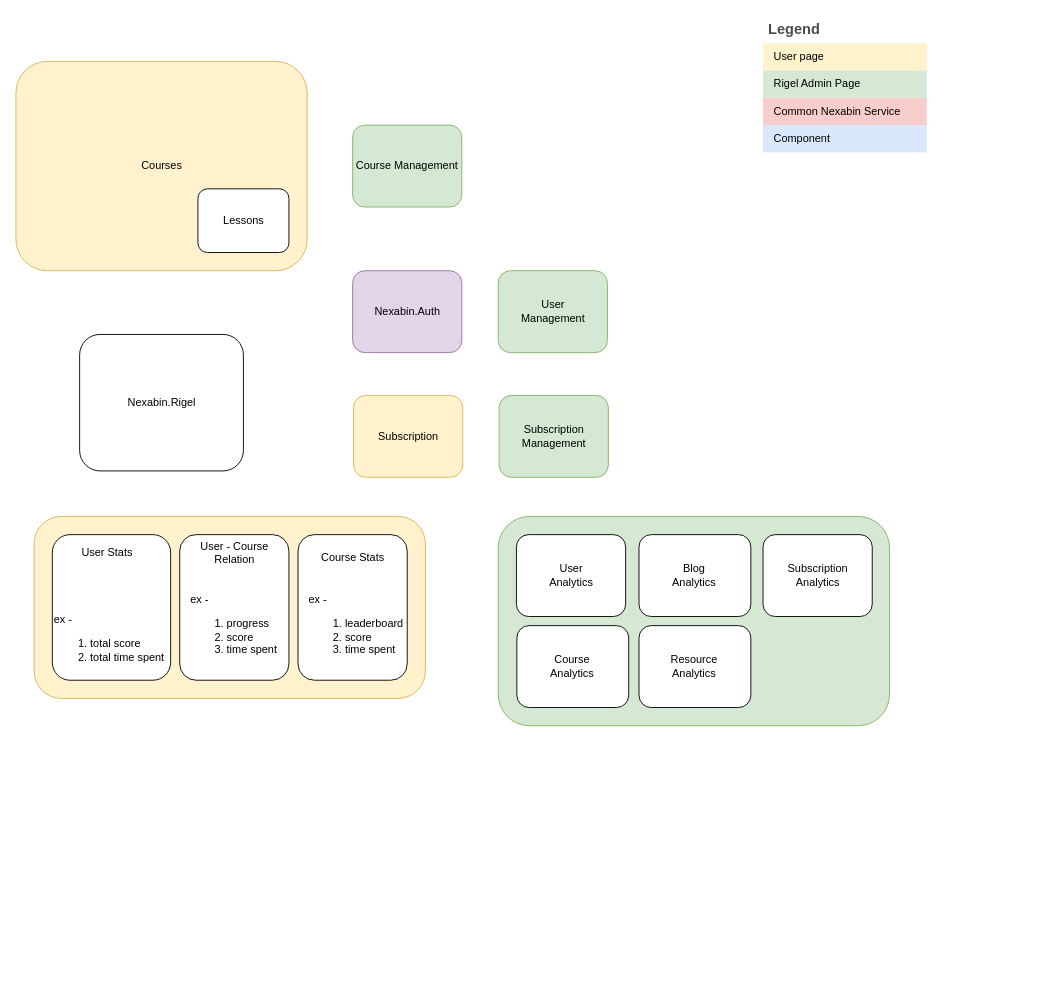
Earlier version of the draw.io diagram page "Rigel-Features" (1 of 3) of projects/Learning.drawio (Jablu/diagrams). Source tidied: cells renumbered, new cells numbered last; positions are measured from the earlier drawing's top-left corner, leaving out a move shared by most shapes. Both pictures are drawn from the tidied source at 91%, with x=0, y=0 at pixel (15, 15).
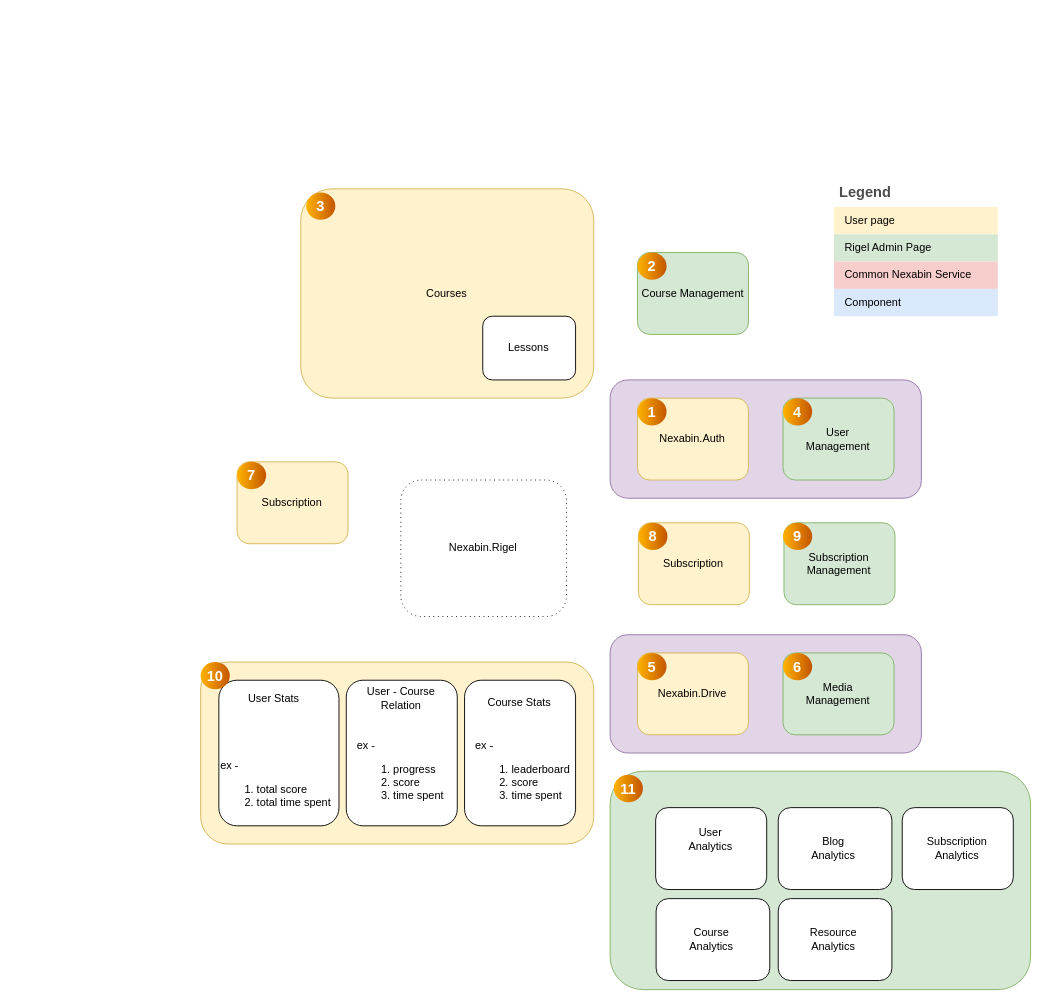
The same diagram, later.

Commit message:
dev stages

Change to the diagram source:
```diff
@@
+    <mxCell id="24" style="rounded=1;whiteSpace=wrap;html=1;fillColor=#d5e8d4;strokeColor=#82b366;" parent="1" vertex="1">
+      <mxGeometry x="653" y="830" width="462" height="240" as="geometry" />
+    </mxCell>
+    <mxCell id="62" style="rounded=1;whiteSpace=wrap;html=1;fillColor=#e1d5e7;strokeColor=#9673a6;" parent="1" vertex="1">
+      <mxGeometry x="653" y="680" width="342" height="130" as="geometry" />
+    </mxCell>
+    <mxCell id="63" style="rounded=1;whiteSpace=wrap;html=1;fillColor=#e1d5e7;strokeColor=#9673a6;" parent="1" vertex="1">
+      <mxGeometry x="653" y="400" width="342" height="130" as="geometry" />
+    </mxCell>
     <mxCell id="2" style="rounded=1;whiteSpace=wrap;html=1;fillColor=#fff2cc;strokeColor=#d6b656;" parent="1" vertex="1">
-      <mxGeometry y="50" width="320" height="230" as="geometry" />
+      <mxGeometry x="313" y="190" width="322" height="230" as="geometry" />
     </mxCell>
-    <mxCell id="3" style="rounded=1;whiteSpace=wrap;html=1;" parent="1" vertex="1">
-      <mxGeometry x="70" y="350" width="180" height="150" as="geometry" />
+    <mxCell id="3" style="rounded=1;whiteSpace=wrap;html=1;dashed=1;dashPattern=1 4;" parent="1" vertex="1">
+      <mxGeometry x="423" y="510" width="182" height="150" as="geometry" />
     </mxCell>
     <mxCell id="4" value="Nexabin.Rigel" style="text;html=1;align=center;verticalAlign=middle;strokeColor=none;fillColor=none;" parent="1" vertex="1">
-      <mxGeometry x="110" y="410" width="100" height="30" as="geometry" />
+      <mxGeometry x="463" y="570" width="100" height="30" as="geometry" />
     </mxCell>
-    <mxCell id="5" style="group;" parent="1" vertex="1">
-      <mxGeometry x="370" y="280" width="120" height="90" as="geometry" />
-    </mxCell>
-    <mxCell id="6" style="rounded=1;whiteSpace=wrap;html=1;fillColor=#e1d5e7;strokeColor=#9673a6;" parent="5" vertex="1">
-      <mxGeometry width="120" height="90" as="geometry" />
-    </mxCell>
-    <mxCell id="7" value="Nexabin.Auth" style="text;html=1;align=center;verticalAlign=middle;strokeColor=none;fillColor=none;" parent="5" vertex="1">
-      <mxGeometry x="10" y="30" width="100" height="30" as="geometry" />
-    </mxCell>
     <mxCell id="8" style="group;" parent="1" vertex="1">
-      <mxGeometry x="200" y="190" width="100" height="70" as="geometry" />
+      <mxGeometry x="513" y="330" width="102" height="70" as="geometry" />
     </mxCell>
     <mxCell id="9" style="rounded=1;whiteSpace=wrap;html=1;" parent="8" vertex="1">
-      <mxGeometry width="100" height="70" as="geometry" />
+      <mxGeometry width="102" height="70" as="geometry" />
     </mxCell>
@@
     <mxCell id="11" value="Courses" style="text;html=1;align=center;verticalAlign=middle;strokeColor=none;fillColor=none;" parent="1" vertex="1">
-      <mxGeometry x="125" y="150" width="70" height="30" as="geometry" />
+      <mxGeometry x="438" y="290" width="70" height="30" as="geometry" />
     </mxCell>
     <mxCell id="12" style="group;" parent="1" vertex="1">
-      <mxGeometry x="371" y="417" width="120" height="90" as="geometry" />
+      <mxGeometry x="684" y="557" width="122" height="90" as="geometry" />
     </mxCell>
     <mxCell id="13" style="rounded=1;whiteSpace=wrap;html=1;fillColor=#fff2cc;strokeColor=#d6b656;" parent="12" vertex="1">
-      <mxGeometry width="120" height="90" as="geometry" />
+      <mxGeometry width="122" height="90" as="geometry" />
     </mxCell>
@@
+    <mxCell id="64" value="8" style="ellipse;whiteSpace=wrap;html=1;rotation=0;gradientColor=#C35500;strokeColor=none;gradientDirection=east;fillColor=#FFB300;rounded=0;fontFamily=Helvetica;fontSize=16;fontColor=#FFFFFF;spacingTop=4;spacingBottom=4;spacingLeft=4;spacingRight=4;fontStyle=1;" parent="12" vertex="1">
+      <mxGeometry width="32" height="30" as="geometry" />
+    </mxCell>
     <mxCell id="15" style="group;" parent="1" vertex="1">
-      <mxGeometry x="531" y="417" width="120" height="90" as="geometry" />
+      <mxGeometry x="844" y="557" width="122" height="90" as="geometry" />
     </mxCell>
     <mxCell id="16" style="rounded=1;whiteSpace=wrap;html=1;fillColor=#d5e8d4;strokeColor=#82b366;" parent="15" vertex="1">
-      <mxGeometry width="120" height="90" as="geometry" />
+      <mxGeometry width="122" height="90" as="geometry" />
     </mxCell>
@@
+    <mxCell id="65" value="9" style="ellipse;whiteSpace=wrap;html=1;rotation=0;gradientColor=#C35500;strokeColor=none;gradientDirection=east;fillColor=#FFB300;rounded=0;fontFamily=Helvetica;fontSize=16;fontColor=#FFFFFF;spacingTop=4;spacingBottom=4;spacingLeft=4;spacingRight=4;fontStyle=1;" parent="15" vertex="1">
+      <mxGeometry x="-1" width="32" height="30" as="geometry" />
+    </mxCell>
     <mxCell id="18" style="group;" parent="1" vertex="1">
-      <mxGeometry x="530" y="280" width="120" height="90" as="geometry" />
+      <mxGeometry x="843" y="420" width="122" height="90" as="geometry" />
     </mxCell>
     <mxCell id="19" style="rounded=1;whiteSpace=wrap;html=1;fillColor=#d5e8d4;strokeColor=#82b366;" parent="18" vertex="1">
-      <mxGeometry width="120" height="90" as="geometry" />
+      <mxGeometry width="122" height="90" as="geometry" />
     </mxCell>
@@
+    <mxCell id="66" value="4" style="ellipse;whiteSpace=wrap;html=1;rotation=0;gradientColor=#C35500;strokeColor=none;gradientDirection=east;fillColor=#FFB300;rounded=0;fontFamily=Helvetica;fontSize=16;fontColor=#FFFFFF;spacingTop=4;spacingBottom=4;spacingLeft=4;spacingRight=4;fontStyle=1;" parent="18" vertex="1">
+      <mxGeometry width="32" height="30" as="geometry" />
+    </mxCell>
     <mxCell id="21" style="group;" parent="1" vertex="1">
-      <mxGeometry x="370" y="120" width="120" height="90" as="geometry" />
+      <mxGeometry x="683" y="260" width="122" height="90" as="geometry" />
     </mxCell>
     <mxCell id="22" value="Course Management" style="rounded=1;whiteSpace=wrap;html=1;fillColor=#d5e8d4;strokeColor=#82b366;" parent="21" vertex="1">
-      <mxGeometry width="120" height="90" as="geometry" />
+      <mxGeometry width="122" height="90" as="geometry" />
     </mxCell>
-    <mxCell id="23" style="group;" parent="1" vertex="1">
-      <mxGeometry x="530" y="550" width="430" height="230" as="geometry" />
-    </mxCell>
-    <mxCell id="24" style="rounded=1;whiteSpace=wrap;html=1;fillColor=#d5e8d4;strokeColor=#82b366;" parent="23" vertex="1">
-      <mxGeometry width="430" height="230" as="geometry" />
-    </mxCell>
-    <mxCell id="25" style="group;" parent="23" vertex="1">
-      <mxGeometry x="20.5" y="120" width="122.9" height="90" as="geometry" />
-    </mxCell>
-    <mxCell id="26" style="rounded=1;whiteSpace=wrap;html=1;" parent="25" vertex="1">
-      <mxGeometry width="122.9" height="90" as="geometry" />
-    </mxCell>
-    <mxCell id="27" value="Course&lt;div&gt;Analytics&lt;/div&gt;" style="text;html=1;align=center;verticalAlign=middle;strokeColor=none;fillColor=none;" parent="25" vertex="1">
-      <mxGeometry x="25.6" y="25" width="70" height="40" as="geometry" />
-    </mxCell>
-    <mxCell id="28" style="group;" parent="23" vertex="1">
-      <mxGeometry x="154.7" y="20" width="122.9" height="90" as="geometry" />
-    </mxCell>
-    <mxCell id="29" style="rounded=1;whiteSpace=wrap;html=1;" parent="28" vertex="1">
-      <mxGeometry width="122.9" height="90" as="geometry" />
-    </mxCell>
-    <mxCell id="30" value="Blog&lt;br&gt;&lt;div&gt;Analytics&lt;/div&gt;" style="text;html=1;align=center;verticalAlign=middle;strokeColor=none;fillColor=none;" parent="28" vertex="1">
-      <mxGeometry x="25.6" y="25" width="70" height="40" as="geometry" />
-    </mxCell>
-    <mxCell id="31" style="group;" parent="23" vertex="1">
-      <mxGeometry x="154.7" y="120" width="122.9" height="90" as="geometry" />
-    </mxCell>
-    <mxCell id="32" style="rounded=1;whiteSpace=wrap;html=1;" parent="31" vertex="1">
-      <mxGeometry width="122.9" height="90" as="geometry" />
-    </mxCell>
-    <mxCell id="33" value="Resource&lt;br&gt;&lt;div&gt;Analytics&lt;/div&gt;" style="text;html=1;align=center;verticalAlign=middle;strokeColor=none;fillColor=none;" parent="31" vertex="1">
-      <mxGeometry x="25.6" y="25" width="70" height="40" as="geometry" />
-    </mxCell>
-    <mxCell id="34" style="group;" parent="1" vertex="1">
-      <mxGeometry x="550" y="570" width="120" height="90" as="geometry" />
-    </mxCell>
-    <mxCell id="35" style="rounded=1;whiteSpace=wrap;html=1;" parent="34" vertex="1">
-      <mxGeometry width="120" height="90" as="geometry" />
-    </mxCell>
-    <mxCell id="36" value="User&lt;div&gt;Analytics&lt;/div&gt;" style="text;html=1;align=center;verticalAlign=middle;strokeColor=none;fillColor=none;" parent="34" vertex="1">
-      <mxGeometry x="25" y="25" width="70" height="40" as="geometry" />
-    </mxCell>
-    <mxCell id="37" style="group;" parent="1" vertex="1">
-      <mxGeometry x="821" y="570" width="120" height="90" as="geometry" />
-    </mxCell>
-    <mxCell id="38" style="rounded=1;whiteSpace=wrap;html=1;" parent="37" vertex="1">
-      <mxGeometry width="120" height="90" as="geometry" />
-    </mxCell>
-    <mxCell id="39" value="Subscription&lt;br&gt;&lt;div&gt;Analytics&lt;/div&gt;" style="text;html=1;align=center;verticalAlign=middle;strokeColor=none;fillColor=none;" parent="37" vertex="1">
-      <mxGeometry x="15" y="25" width="90" height="40" as="geometry" />
-    </mxCell>
+    <mxCell id="67" value="2" style="ellipse;whiteSpace=wrap;html=1;rotation=0;gradientColor=#C35500;strokeColor=none;gradientDirection=east;fillColor=#FFB300;rounded=0;fontFamily=Helvetica;fontSize=16;fontColor=#FFFFFF;spacingTop=4;spacingBottom=4;spacingLeft=4;spacingRight=4;fontStyle=1;" parent="21" vertex="1">
+      <mxGeometry width="32" height="30" as="geometry" />
+    </mxCell>
     <mxCell id="40" value="Legend" style="shape=table;startSize=30;childLayout=tableLayout;fontSize=16;align=left;verticalAlign=top;fillColor=none;strokeColor=none;fontColor=#4D4D4D;fontStyle=1;spacingLeft=6;spacing=0;" parent="1" vertex="1">
-      <mxGeometry x="821" width="180" height="150" as="geometry" />
+      <mxGeometry x="899" y="180" width="180" height="150" as="geometry" />
     </mxCell>
@@
     <mxCell id="49" style="rounded=1;whiteSpace=wrap;html=1;fillColor=#fff2cc;strokeColor=#d6b656;" parent="1" vertex="1">
-      <mxGeometry x="20" y="550" width="430" height="200" as="geometry" />
+      <mxGeometry x="203" y="710" width="432" height="200" as="geometry" />
     </mxCell>
     <mxCell id="50" style="group;" parent="1" vertex="1">
-      <mxGeometry x="180" y="570" width="130" height="160" as="geometry" />
+      <mxGeometry x="363" y="730" width="132" height="160" as="geometry" />
     </mxCell>
     <mxCell id="51" style="rounded=1;whiteSpace=wrap;html=1;" parent="50" vertex="1">
-      <mxGeometry width="120" height="160" as="geometry" />
+      <mxGeometry width="122" height="160" as="geometry" />
     </mxCell>
@@
     <mxCell id="54" style="group;" parent="1" vertex="1">
-      <mxGeometry x="310" y="570" width="140" height="160" as="geometry" />
+      <mxGeometry x="493" y="730" width="142" height="160" as="geometry" />
     </mxCell>
     <mxCell id="55" style="rounded=1;whiteSpace=wrap;html=1;" parent="54" vertex="1">
-      <mxGeometry width="120" height="160" as="geometry" />
+      <mxGeometry width="122" height="160" as="geometry" />
     </mxCell>
@@
     <mxCell id="58" style="group;" parent="1" vertex="1">
-      <mxGeometry x="40" y="570" width="150" height="160" as="geometry" />
+      <mxGeometry x="223" y="730" width="152" height="160" as="geometry" />
     </mxCell>
     <mxCell id="59" style="rounded=1;whiteSpace=wrap;html=1;" parent="58" vertex="1">
-      <mxGeometry width="130" height="160" as="geometry" />
+      <mxGeometry width="132" height="160" as="geometry" />
     </mxCell>
@@
+    <mxCell id="68" style="group;" parent="1" vertex="1">
+      <mxGeometry x="683" y="700" width="122" height="90" as="geometry" />
+    </mxCell>
+    <mxCell id="69" style="rounded=1;whiteSpace=wrap;html=1;fillColor=#fff2cc;strokeColor=#d6b656;" parent="68" vertex="1">
+      <mxGeometry width="122" height="90" as="geometry" />
+    </mxCell>
+    <mxCell id="70" value="Nexabin.Drive" style="text;html=1;align=center;verticalAlign=middle;strokeColor=none;fillColor=none;" parent="68" vertex="1">
+      <mxGeometry x="10" y="30" width="100" height="30" as="geometry" />
+    </mxCell>
+    <mxCell id="71" value="5" style="ellipse;whiteSpace=wrap;html=1;rotation=0;gradientColor=#C35500;strokeColor=none;gradientDirection=east;fillColor=#FFB300;rounded=0;fontFamily=Helvetica;fontSize=16;fontColor=#FFFFFF;spacingTop=4;spacingBottom=4;spacingLeft=4;spacingRight=4;fontStyle=1;" parent="68" vertex="1">
+      <mxGeometry width="32" height="30" as="geometry" />
+    </mxCell>
+    <mxCell id="72" style="group;" parent="1" vertex="1">
+      <mxGeometry x="843" y="700" width="122" height="90" as="geometry" />
+    </mxCell>
+    <mxCell id="73" style="rounded=1;whiteSpace=wrap;html=1;fillColor=#d5e8d4;strokeColor=#82b366;" parent="72" vertex="1">
+      <mxGeometry width="122" height="90" as="geometry" />
+    </mxCell>
+    <mxCell id="74" value="Media&lt;div&gt;Management&lt;/div&gt;" style="text;html=1;align=center;verticalAlign=middle;strokeColor=none;fillColor=none;" parent="72" vertex="1">
+      <mxGeometry x="15" y="25" width="90" height="40" as="geometry" />
+    </mxCell>
+    <mxCell id="75" value="6" style="ellipse;whiteSpace=wrap;html=1;rotation=0;gradientColor=#C35500;strokeColor=none;gradientDirection=east;fillColor=#FFB300;rounded=0;fontFamily=Helvetica;fontSize=16;fontColor=#FFFFFF;spacingTop=4;spacingBottom=4;spacingLeft=4;spacingRight=4;fontStyle=1;" parent="72" vertex="1">
+      <mxGeometry width="32" height="30" as="geometry" />
+    </mxCell>
+    <mxCell id="6" style="rounded=1;whiteSpace=wrap;html=1;fillColor=#fff2cc;strokeColor=#d6b656;" parent="1" vertex="1">
+      <mxGeometry x="683" y="420" width="122" height="90" as="geometry" />
+    </mxCell>
+    <mxCell id="7" value="Nexabin.Auth" style="text;html=1;align=center;verticalAlign=middle;strokeColor=none;fillColor=none;" parent="1" vertex="1">
+      <mxGeometry x="693" y="450" width="100" height="30" as="geometry" />
+    </mxCell>
+    <mxCell id="76" value="1" style="ellipse;whiteSpace=wrap;html=1;rotation=0;gradientColor=#C35500;strokeColor=none;gradientDirection=east;fillColor=#FFB300;rounded=0;fontFamily=Helvetica;fontSize=16;fontColor=#FFFFFF;spacingTop=4;spacingBottom=4;spacingLeft=4;spacingRight=4;fontStyle=1;" parent="1" vertex="1">
+      <mxGeometry x="683" y="420" width="32" height="30" as="geometry" />
+    </mxCell>
+    <mxCell id="77" value="3" style="ellipse;whiteSpace=wrap;html=1;rotation=0;gradientColor=#C35500;strokeColor=none;gradientDirection=east;fillColor=#FFB300;rounded=0;fontFamily=Helvetica;fontSize=16;fontColor=#FFFFFF;spacingTop=4;spacingBottom=4;spacingLeft=4;spacingRight=4;fontStyle=1;" parent="1" vertex="1">
+      <mxGeometry x="319" y="194" width="32" height="30" as="geometry" />
+    </mxCell>
+    <mxCell id="78" value="11" style="ellipse;whiteSpace=wrap;html=1;rotation=0;gradientColor=#C35500;strokeColor=none;gradientDirection=east;fillColor=#FFB300;rounded=0;fontFamily=Helvetica;fontSize=16;fontColor=#FFFFFF;spacingTop=4;spacingBottom=4;spacingLeft=4;spacingRight=4;fontStyle=1;" parent="1" vertex="1">
+      <mxGeometry x="657" y="834" width="32" height="30" as="geometry" />
+    </mxCell>
+    <mxCell id="38" style="rounded=1;whiteSpace=wrap;html=1;" parent="1" vertex="1">
+      <mxGeometry x="974" y="870" width="122" height="90" as="geometry" />
+    </mxCell>
+    <mxCell id="39" value="Subscription&lt;br&gt;&lt;div&gt;Analytics&lt;/div&gt;" style="text;html=1;align=center;verticalAlign=middle;strokeColor=none;fillColor=none;" parent="1" vertex="1">
+      <mxGeometry x="989" y="895" width="90" height="40" as="geometry" />
+    </mxCell>
+    <mxCell id="35" style="rounded=1;whiteSpace=wrap;html=1;" parent="1" vertex="1">
+      <mxGeometry x="703" y="870" width="122" height="90" as="geometry" />
+    </mxCell>
+    <mxCell id="36" value="User&lt;div&gt;Analytics&lt;/div&gt;" style="text;html=1;align=center;verticalAlign=middle;strokeColor=none;fillColor=none;" parent="1" vertex="1">
+      <mxGeometry x="728" y="885" width="70" height="40" as="geometry" />
+    </mxCell>
+    <mxCell id="25" style="group;" parent="1" vertex="1">
+      <mxGeometry x="703.5" y="970" width="124.9" height="90" as="geometry" />
+    </mxCell>
+    <mxCell id="26" style="rounded=1;whiteSpace=wrap;html=1;" parent="25" vertex="1">
+      <mxGeometry width="124.9" height="90" as="geometry" />
+    </mxCell>
+    <mxCell id="27" value="Course&lt;div&gt;Analytics&lt;/div&gt;" style="text;html=1;align=center;verticalAlign=middle;strokeColor=none;fillColor=none;" parent="25" vertex="1">
+      <mxGeometry x="25.6" y="25" width="70" height="40" as="geometry" />
+    </mxCell>
+    <mxCell id="28" style="group;" parent="1" vertex="1">
+      <mxGeometry x="837.7" y="870" width="124.9" height="90" as="geometry" />
+    </mxCell>
+    <mxCell id="29" style="rounded=1;whiteSpace=wrap;html=1;" parent="28" vertex="1">
+      <mxGeometry width="124.9" height="90" as="geometry" />
+    </mxCell>
+    <mxCell id="30" value="Blog&lt;br&gt;&lt;div&gt;Analytics&lt;/div&gt;" style="text;html=1;align=center;verticalAlign=middle;strokeColor=none;fillColor=none;" parent="28" vertex="1">
+      <mxGeometry x="25.6" y="25" width="70" height="40" as="geometry" />
+    </mxCell>
+    <mxCell id="31" style="group;" parent="1" vertex="1">
+      <mxGeometry x="837.7" y="970" width="124.9" height="90" as="geometry" />
+    </mxCell>
+    <mxCell id="32" style="rounded=1;whiteSpace=wrap;html=1;" parent="31" vertex="1">
+      <mxGeometry width="124.9" height="90" as="geometry" />
+    </mxCell>
+    <mxCell id="33" value="Resource&lt;br&gt;&lt;div&gt;Analytics&lt;/div&gt;" style="text;html=1;align=center;verticalAlign=middle;strokeColor=none;fillColor=none;" parent="31" vertex="1">
+      <mxGeometry x="25.6" y="25" width="70" height="40" as="geometry" />
+    </mxCell>
+    <mxCell id="79" style="group;" parent="1" vertex="1">
+      <mxGeometry x="243" y="490" width="122" height="90" as="geometry" />
+    </mxCell>
+    <mxCell id="80" style="rounded=1;whiteSpace=wrap;html=1;fillColor=#fff2cc;strokeColor=#d6b656;" parent="79" vertex="1">
+      <mxGeometry width="122" height="90" as="geometry" />
+    </mxCell>
+    <mxCell id="81" value="Subscription" style="text;html=1;align=center;verticalAlign=middle;strokeColor=none;fillColor=none;" parent="79" vertex="1">
+      <mxGeometry x="15" y="30" width="90" height="30" as="geometry" />
+    </mxCell>
+    <mxCell id="82" value="7" style="ellipse;whiteSpace=wrap;html=1;rotation=0;gradientColor=#C35500;strokeColor=none;gradientDirection=east;fillColor=#FFB300;rounded=0;fontFamily=Helvetica;fontSize=16;fontColor=#FFFFFF;spacingTop=4;spacingBottom=4;spacingLeft=4;spacingRight=4;fontStyle=1;" parent="79" vertex="1">
+      <mxGeometry width="32" height="30" as="geometry" />
+    </mxCell>
+    <mxCell id="83" value="10" style="ellipse;whiteSpace=wrap;html=1;rotation=0;gradientColor=#C35500;strokeColor=none;gradientDirection=east;fillColor=#FFB300;rounded=0;fontFamily=Helvetica;fontSize=16;fontColor=#FFFFFF;spacingTop=4;spacingBottom=4;spacingLeft=4;spacingRight=4;fontStyle=1;" parent="1" vertex="1">
+      <mxGeometry x="203" y="710" width="32" height="30" as="geometry" />
+    </mxCell>
```
